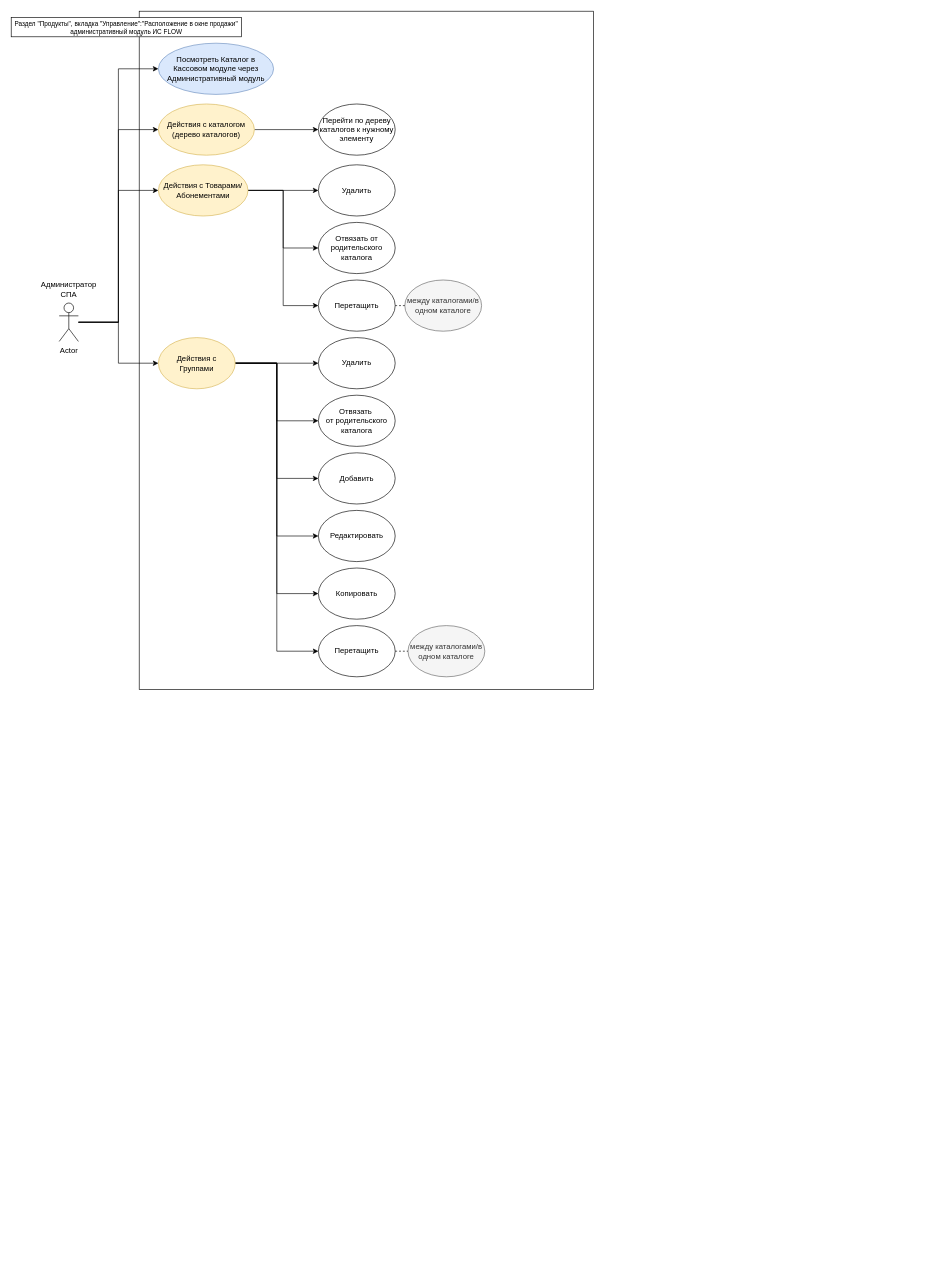
The draw.io diagram Untitled Diagram.drawio in KsushaKhadzhinova/diagrams, before the edit. Source tidied: cells renumbered, new cells numbered last; positions are measured from the earlier drawing's top-left corner, leaving out a move shared by most shapes. Both pictures are drawn from the tidied source at 64%, with x=0, y=0 at pixel (11, 11).
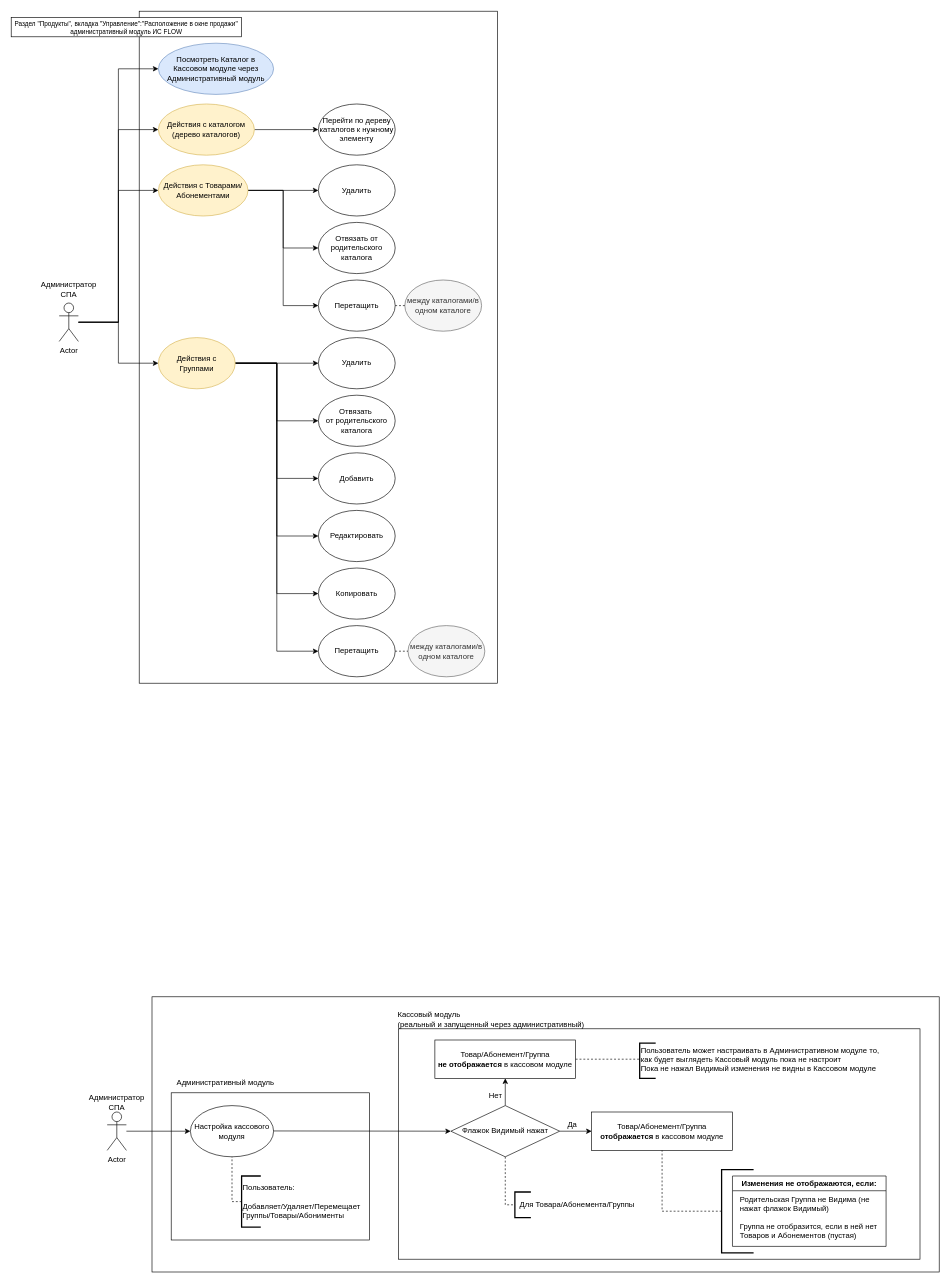
Above is the later version.

Change to the diagram source:
```diff
@@
     <mxCell id="2" style="rounded=0;whiteSpace=wrap;html=1;" parent="1" vertex="1">
-      <mxGeometry x="200" width="710" height="1060" as="geometry" />
+      <mxGeometry x="200" width="560" height="1050" as="geometry" />
     </mxCell>
@@
+    <mxCell id="38" style="rounded=0;whiteSpace=wrap;html=1;" parent="1" vertex="1">
+      <mxGeometry x="220" y="1540" width="1230" height="430" as="geometry" />
+    </mxCell>
+    <mxCell id="39" value="Actor" style="shape=umlActor;verticalLabelPosition=bottom;verticalAlign=top;html=1;outlineConnect=0;" parent="1" vertex="1">
+      <mxGeometry x="150" y="1720" width="30" height="60" as="geometry" />
+    </mxCell>
+    <mxCell id="40" style="rounded=0;whiteSpace=wrap;html=1;" parent="1" vertex="1">
+      <mxGeometry x="250" y="1690" width="310" height="230" as="geometry" />
+    </mxCell>
+    <mxCell id="41" style="rounded=0;whiteSpace=wrap;html=1;" parent="1" vertex="1">
+      <mxGeometry x="605" y="1590" width="815" height="360" as="geometry" />
+    </mxCell>
+    <mxCell id="42" value="Настройка кассового модуля" style="ellipse;whiteSpace=wrap;html=1;" parent="1" vertex="1">
+      <mxGeometry x="280" y="1710" width="130" height="80" as="geometry" />
+    </mxCell>
+    <mxCell id="43" value="Административный модуль" style="text;html=1;align=center;verticalAlign=middle;whiteSpace=wrap;rounded=0;" parent="1" vertex="1">
+      <mxGeometry x="250" y="1660" width="170" height="30" as="geometry" />
+    </mxCell>
+    <mxCell id="44" style="strokeWidth=2;html=1;shape=mxgraph.flowchart.annotation_1;align=left;" parent="1" vertex="1">
+      <mxGeometry x="360" y="1820" width="30" height="80" as="geometry" />
+    </mxCell>
+    <mxCell id="45" value="Пользователь:&lt;div&gt;&lt;br&gt;&lt;/div&gt;&lt;div&gt;Добавляет/Удаляет/Перемещает&lt;/div&gt;&lt;div&gt;Группы/Товары/Абонименты&lt;/div&gt;" style="text;html=1;align=left;verticalAlign=middle;whiteSpace=wrap;rounded=0;" parent="1" vertex="1">
+      <mxGeometry x="360" y="1845" width="220" height="30" as="geometry" />
+    </mxCell>
+    <mxCell id="46" style="endArrow=none;dashed=1;html=1;rounded=0;entryX=0.5;entryY=1;entryDx=0;entryDy=0;exitX=0;exitY=0.5;exitDx=0;exitDy=0;" parent="1" edge="1" source="45" target="42">
+      <mxGeometry relative="1" as="geometry">
+        <Array as="points">
+          <mxPoint x="345" y="1860" />
+        </Array>
+      </mxGeometry>
+    </mxCell>
+    <mxCell id="47" style="edgeStyle=orthogonalEdgeStyle;rounded=0;jettySize=auto;html=1;entryX=0.5;entryY=1;entryDx=0;entryDy=0;" parent="1" edge="1" source="49" target="50">
+      <mxGeometry relative="1" as="geometry" />
+    </mxCell>
+    <mxCell id="48" style="edgeStyle=orthogonalEdgeStyle;rounded=0;jettySize=auto;html=1;entryX=0;entryY=0.5;entryDx=0;entryDy=0;" parent="1" edge="1" source="49" target="51">
+      <mxGeometry relative="1" as="geometry" />
+    </mxCell>
+    <mxCell id="49" value="Флажок Видимый нажат" style="rhombus;whiteSpace=wrap;html=1;" parent="1" vertex="1">
+      <mxGeometry x="687" y="1710" width="170" height="80" as="geometry" />
+    </mxCell>
+    <mxCell id="50" value="Товар/Абонемент/Группа&lt;div&gt;&lt;b&gt;не отображается&lt;/b&gt;&amp;nbsp;в кассовом модуле&lt;/div&gt;" style="rounded=0;whiteSpace=wrap;html=1;" parent="1" vertex="1">
+      <mxGeometry x="662" y="1607.5" width="220" height="60" as="geometry" />
+    </mxCell>
+    <mxCell id="51" value="Товар/Абонемент/Группа&lt;div&gt;&lt;b&gt;отображается&lt;/b&gt; в кассовом модуле&lt;/div&gt;" style="rounded=0;whiteSpace=wrap;html=1;" parent="1" vertex="1">
+      <mxGeometry x="907" y="1720" width="220" height="60" as="geometry" />
+    </mxCell>
+    <mxCell id="52" style="strokeWidth=2;html=1;shape=mxgraph.flowchart.annotation_1;align=left;" parent="1" vertex="1">
+      <mxGeometry x="787" y="1845" width="25" height="40" as="geometry" />
+    </mxCell>
+    <mxCell id="53" value="Для Товара/Абонемента/Группы" style="text;html=1;align=center;verticalAlign=middle;whiteSpace=wrap;rounded=0;" parent="1" vertex="1">
+      <mxGeometry x="787" y="1850" width="195" height="30" as="geometry" />
+    </mxCell>
+    <mxCell id="54" style="endArrow=none;dashed=1;html=1;rounded=0;exitX=0.5;exitY=1;exitDx=0;exitDy=0;entryX=0;entryY=0.5;entryDx=0;entryDy=0;" parent="1" edge="1" source="49" target="53">
+      <mxGeometry relative="1" as="geometry">
+        <Array as="points">
+          <mxPoint x="772" y="1865" />
+        </Array>
+      </mxGeometry>
+    </mxCell>
+    <mxCell id="55" style="strokeWidth=2;html=1;shape=mxgraph.flowchart.annotation_1;align=left;" parent="1" vertex="1">
+      <mxGeometry x="982" y="1612.5" width="25" height="55" as="geometry" />
+    </mxCell>
+    <mxCell id="56" value="Пользователь может настраивать в Административном модуле то, как будет выглядеть Кассовый модуль пока не настроит&lt;div&gt;Пока не нажал Видимый изменения не видны в Кассовом модуле&lt;br&gt;&lt;div&gt;&lt;br&gt;&lt;/div&gt;&lt;/div&gt;" style="text;html=1;align=left;verticalAlign=middle;whiteSpace=wrap;rounded=0;" parent="1" vertex="1">
+      <mxGeometry x="982" y="1630" width="395" height="30" as="geometry" />
+    </mxCell>
+    <mxCell id="57" value="Изменения не отображаются, если:" style="swimlane;whiteSpace=wrap;html=1;" parent="1" vertex="1">
+      <mxGeometry x="1127" y="1820" width="240" height="110" as="geometry" />
+    </mxCell>
+    <mxCell id="58" style="strokeWidth=2;html=1;shape=mxgraph.flowchart.annotation_1;align=left;" parent="57" vertex="1">
+      <mxGeometry x="-17" y="-10" width="50" height="130" as="geometry" />
+    </mxCell>
+    <mxCell id="59" value="Родительская Группа не Видима (не нажат флажок Видимый)&lt;div&gt;&lt;br&gt;&lt;/div&gt;&lt;div&gt;Группа не отобразится, если в ней нет Товаров и Абонементов (пустая)&lt;/div&gt;" style="text;html=1;align=left;verticalAlign=middle;whiteSpace=wrap;rounded=0;" parent="1" vertex="1">
+      <mxGeometry x="1137" y="1870" width="240" height="30" as="geometry" />
+    </mxCell>
+    <mxCell id="60" value="Кассовый модуль&lt;div&gt;(реальный и запущенный через административный)&lt;/div&gt;" style="text;html=1;align=left;verticalAlign=middle;whiteSpace=wrap;rounded=0;" parent="1" vertex="1">
+      <mxGeometry x="602" y="1560" width="305" height="30" as="geometry" />
+    </mxCell>
+    <mxCell id="61" style="endArrow=classic;html=1;rounded=0;entryX=0;entryY=0.5;entryDx=0;entryDy=0;" parent="1" edge="1" source="39" target="42">
+      <mxGeometry relative="1" as="geometry" />
+    </mxCell>
+    <mxCell id="62" style="endArrow=classic;html=1;rounded=0;entryX=0;entryY=0.5;entryDx=0;entryDy=0;" parent="1" edge="1" target="49">
+      <mxGeometry relative="1" as="geometry">
+        <mxPoint x="410" y="1749.6" as="sourcePoint" />
+      </mxGeometry>
+    </mxCell>
+    <mxCell id="63" style="endArrow=none;dashed=1;html=1;rounded=0;exitX=1;exitY=0.5;exitDx=0;exitDy=0;entryX=0;entryY=0.25;entryDx=0;entryDy=0;" parent="1" edge="1" source="50" target="56">
+      <mxGeometry relative="1" as="geometry" />
+    </mxCell>
+    <mxCell id="64" value="Нет" style="text;html=1;align=center;verticalAlign=middle;whiteSpace=wrap;rounded=0;" parent="1" vertex="1">
+      <mxGeometry x="727" y="1680" width="60" height="30" as="geometry" />
+    </mxCell>
+    <mxCell id="65" value="Да" style="text;html=1;align=center;verticalAlign=middle;whiteSpace=wrap;rounded=0;" parent="1" vertex="1">
+      <mxGeometry x="847" y="1730" width="60" height="20" as="geometry" />
+    </mxCell>
+    <mxCell id="66" value="Администратор СПА" style="text;html=1;align=center;verticalAlign=middle;whiteSpace=wrap;rounded=0;" parent="1" vertex="1">
+      <mxGeometry x="135" y="1690" width="60" height="30" as="geometry" />
+    </mxCell>
+    <mxCell id="67" style="endArrow=none;dashed=1;html=1;rounded=0;entryX=0.5;entryY=1;entryDx=0;entryDy=0;exitX=0;exitY=0.5;exitDx=0;exitDy=0;exitPerimeter=0;" parent="1" edge="1" source="58" target="51">
+      <mxGeometry relative="1" as="geometry">
+        <Array as="points">
+          <mxPoint x="1017" y="1875" />
+        </Array>
+      </mxGeometry>
+    </mxCell>
```
